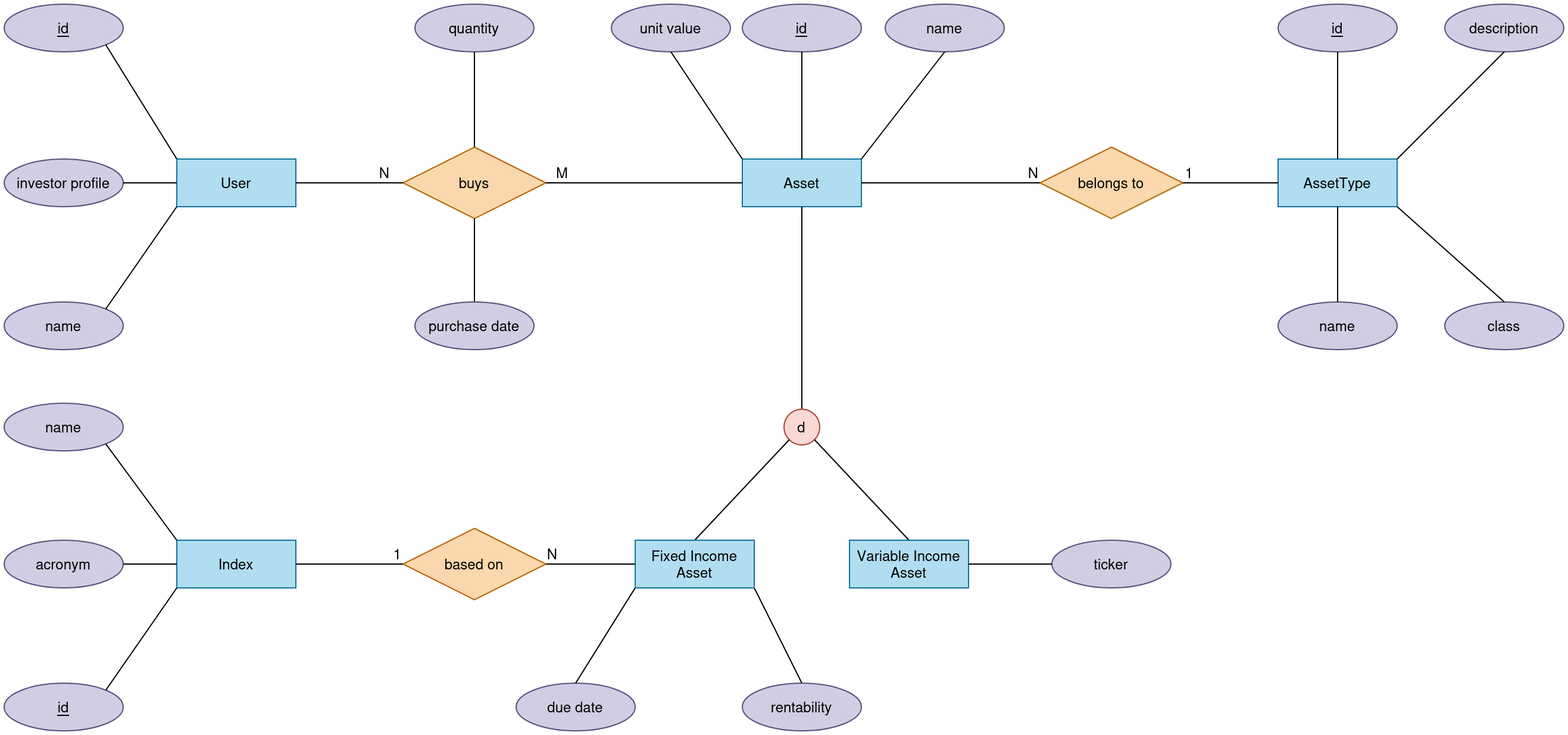
Before: investment_service_erd.png, a diagram exported from draw.io (lincolnjpg/investment_service). Source tidied: cells renumbered, new cells last; positions are measured from the earlier drawing's top-left corner, leaving out a move shared by most shapes.
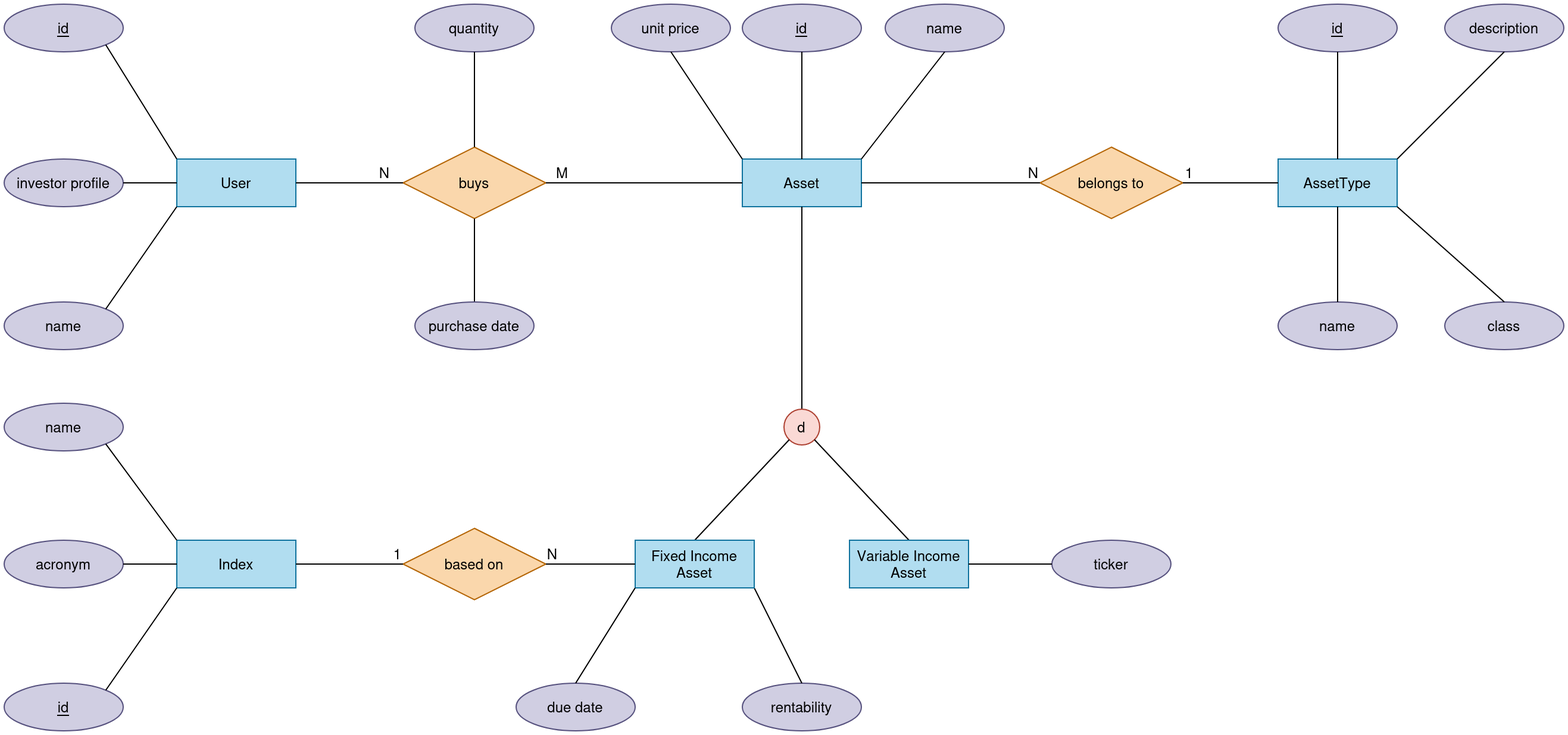
Above is the later version.

What changed in the source:
```diff
@@ -125,7 +125,7 @@
     <mxCell id="40" style="endArrow=none;html=1;rounded=0;entryX=0;entryY=1;entryDx=0;entryDy=0;exitX=0.5;exitY=0;exitDx=0;exitDy=0;" parent="1" edge="1" source="39" target="34">
       <mxGeometry relative="1" as="geometry" />
     </mxCell>
-    <mxCell id="41" value="unit value" style="ellipse;whiteSpace=wrap;html=1;align=center;fillColor=#d0cee2;strokeColor=#56517e;" parent="1" vertex="1">
+    <mxCell id="41" value="unit price" style="ellipse;whiteSpace=wrap;html=1;align=center;fillColor=#d0cee2;strokeColor=#56517e;" parent="1" vertex="1">
       <mxGeometry x="510" width="100" height="40" as="geometry" />
     </mxCell>
     <mxCell id="42" style="endArrow=none;html=1;rounded=0;entryX=0.5;entryY=1;entryDx=0;entryDy=0;exitX=0;exitY=0;exitDx=0;exitDy=0;" parent="1" edge="1" source="3" target="41">
```
